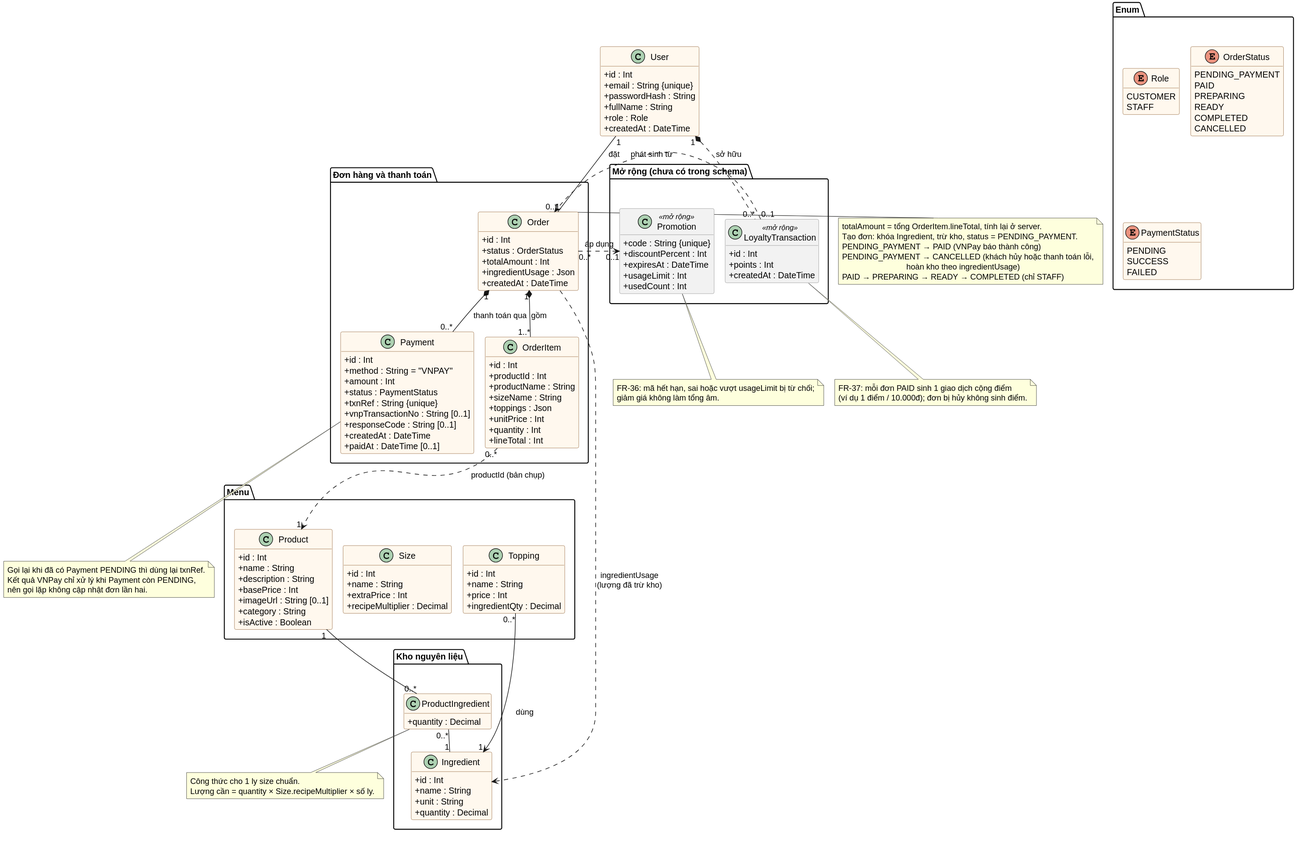
NguyenphamThaitu/FE_brewlite_hk1 keeps this PlantUML diagram as docs/diagrams/class-domain.svg. Above is the earlier version.
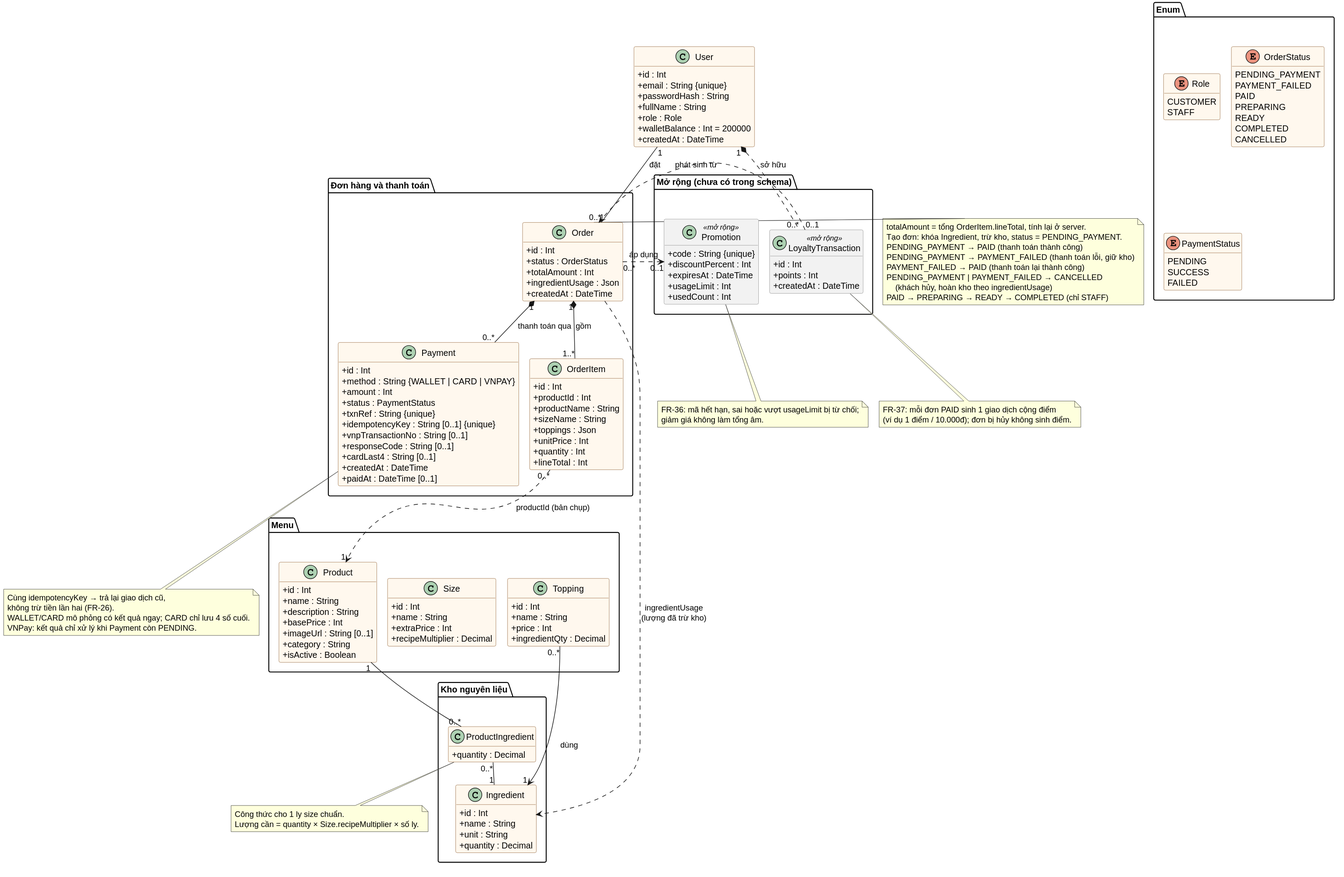
Above is the later version.

Commit message:
docs: align class diagram and use-case mapping with the merged SRS

The edit, as a diff of the source:
```diff
@@ -21,6 +21,7 @@
   }
   enum OrderStatus {
     PENDING_PAYMENT
+    PAYMENT_FAILED
     PAID
     PREPARING
     READY
@@ -40,6 +41,7 @@
   + passwordHash : String
   + fullName : String
   + role : Role
+  + walletBalance : Int = 200000
   + createdAt : DateTime
 }
 
@@ -99,12 +101,14 @@
   }
   class Payment {
     + id : Int
-    + method : String = "VNPAY"
+    + method : String {WALLET | CARD | VNPAY}
     + amount : Int
     + status : PaymentStatus
     + txnRef : String {unique}
+    + idempotencyKey : String [0..1] {unique}
     + vnpTransactionNo : String [0..1]
     + responseCode : String [0..1]
+    + cardLast4 : String [0..1]
     + createdAt : DateTime
     + paidAt : DateTime [0..1]
   }
@@ -152,16 +156,19 @@
 note right of Order
   totalAmount = tổng OrderItem.lineTotal, tính lại ở server.
   Tạo đơn: khóa Ingredient, trừ kho, status = PENDING_PAYMENT.
-  PENDING_PAYMENT → PAID (VNPay báo thành công)
-  PENDING_PAYMENT → CANCELLED (khách hủy hoặc thanh toán lỗi,
-                               hoàn kho theo ingredientUsage)
+  PENDING_PAYMENT → PAID (thanh toán thành công)
+  PENDING_PAYMENT → PAYMENT_FAILED (thanh toán lỗi, giữ kho)
+  PAYMENT_FAILED → PAID (thanh toán lại thành công)
+  PENDING_PAYMENT | PAYMENT_FAILED → CANCELLED
+      (khách hủy, hoàn kho theo ingredientUsage)
   PAID → PREPARING → READY → COMPLETED (chỉ STAFF)
 end note
 
 note bottom of Payment
-  Gọi lại khi đã có Payment PENDING thì dùng lại txnRef.
-  Kết quả VNPay chỉ xử lý khi Payment còn PENDING,
-  nên gọi lặp không cập nhật đơn lần hai.
+  Cùng idempotencyKey → trả lại giao dịch cũ,
+  không trừ tiền lần hai (FR-26).
+  WALLET/CARD mô phỏng có kết quả ngay; CARD chỉ lưu 4 số cuối.
+  VNPay: kết quả chỉ xử lý khi Payment còn PENDING.
 end note
 
 note bottom of ProductIngredient
```
